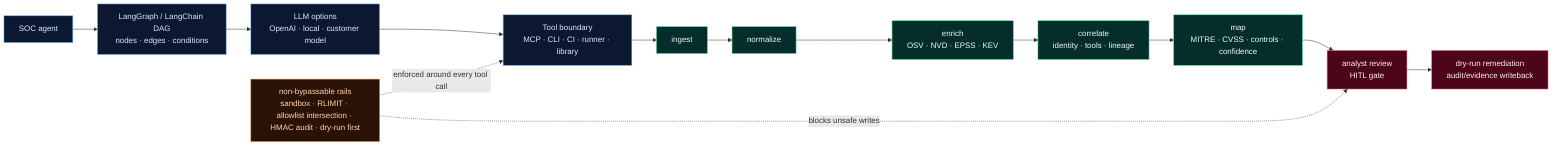
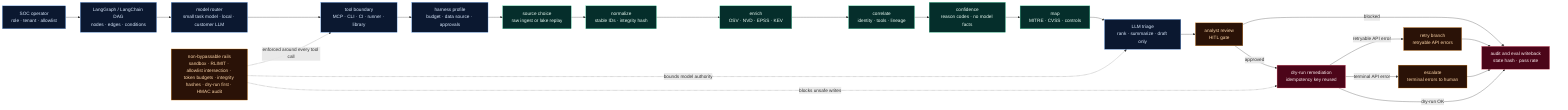
%% Optional agentic SOC orchestrator over cloud-ai-security-skills.
- %% LangGraph/LangChain own workflow state; repo skills own facts and gates.
+ %% LangGraph/LangChain own workflow state and model choice; repo skills own
+ %% facts, scores, policy, integrity, idempotency, audit, and write gates.

flowchart LR
    classDef orch fill:#0b1830,stroke:#60a5fa,color:#dbeafe
    classDef skill fill:#052e2b,stroke:#34d399,color:#ecfdf5
    classDef guard fill:#2a1207,stroke:#d97706,color:#fed7aa
    classDef audit fill:#4c0519,stroke:#fb7185,color:#fff1f2

-     AGENT["SOC agent"]:::orch
+     AGENT["SOC operator<br/>role · tenant · allowlist"]:::orch
    GRAPH["LangGraph / LangChain DAG<br/>nodes · edges · conditions"]:::orch
-     LLM["LLM options<br/>OpenAI · local · customer model"]:::orch
-     TOOL["Tool boundary<br/>MCP · CLI · CI · runner · library"]:::orch
+     LLM["model router<br/>small task model · local · customer LLM"]:::orch
+     TOOL["tool boundary<br/>MCP · CLI · CI · runner · library"]:::orch
+     PROFILE["harness profile<br/>budget · data source · approvals"]:::orch

-     ING["ingest"]:::skill
-     NORM["normalize"]:::skill
+     SRC["source choice<br/>raw ingest or lake replay"]:::skill
+     NORM["normalize<br/>stable IDs · integrity hash"]:::skill
    ENRICH["enrich<br/>OSV · NVD · EPSS · KEV"]:::skill
    CORR["correlate<br/>identity · tools · lineage"]:::skill
-     MAP["map<br/>MITRE · CVSS · controls · confidence"]:::skill
-     REVIEW["analyst review<br/>HITL gate"]:::audit
-     WRITE["dry-run remediation<br/>audit/evidence writeback"]:::audit
+     CONF["confidence<br/>reason codes · no model facts"]:::skill
+     MAP["map<br/>MITRE · CVSS · controls"]:::skill
+     TRIAGE["LLM triage<br/>rank · summarize · draft only"]:::orch
+     REVIEW["analyst review<br/>HITL gate"]:::guard
+     REM["dry-run remediation<br/>idempotency key reused"]:::audit
+     RETRY["retry branch<br/>retryable API errors"]:::guard
+     ESC["escalate<br/>terminal errors to human"]:::guard
+     WRITE["audit and eval writeback<br/>state hash · pass rate"]:::audit

-     RAILS["non-bypassable rails<br/>sandbox · RLIMIT · allowlist intersection · HMAC audit · dry-run first"]:::guard
+     RAILS["non-bypassable rails<br/>sandbox · RLIMIT · allowlist intersection · token budgets · integrity hashes · dry-run first · HMAC audit"]:::guard

-     AGENT --> GRAPH --> LLM --> TOOL
-     TOOL --> ING --> NORM --> ENRICH --> CORR --> MAP --> REVIEW --> WRITE
+     AGENT --> GRAPH --> LLM --> TOOL --> PROFILE
+     PROFILE --> SRC --> NORM --> ENRICH --> CORR --> CONF --> MAP --> TRIAGE --> REVIEW
+     REVIEW -- approved --> REM
+     REVIEW -- blocked --> WRITE
+     REM -- retryable API error --> RETRY --> WRITE
+     REM -- terminal API error --> ESC --> WRITE
+     REM -- dry-run OK --> WRITE
    RAILS -. enforced around every tool call .-> TOOL
-     RAILS -. blocks unsafe writes .-> REVIEW
+     RAILS -. bounds model authority .-> TRIAGE
+     RAILS -. blocks unsafe writes .-> REM
